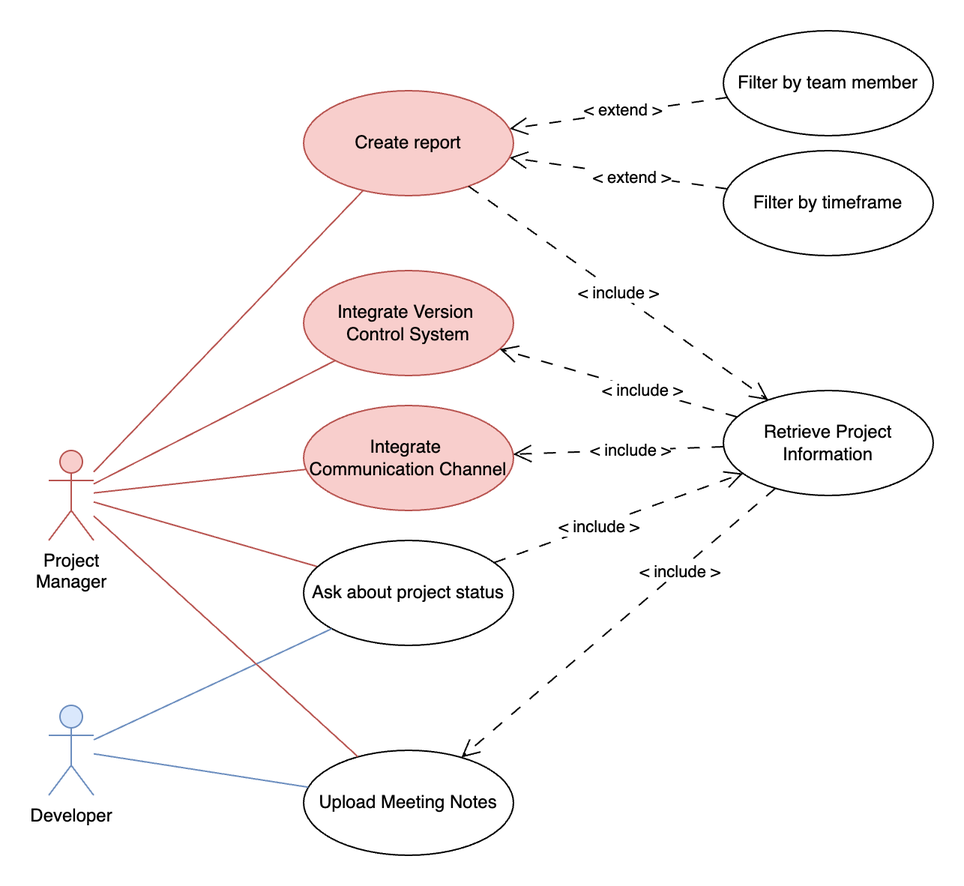
Above: docs/usecase.drawio.png in AET-DevOps25/team-scrumbags (draw.io), before the change. Source tidied: cells renumbered, new cells last; positions are measured from the earlier drawing's top-left corner, leaving out a move shared by most shapes.
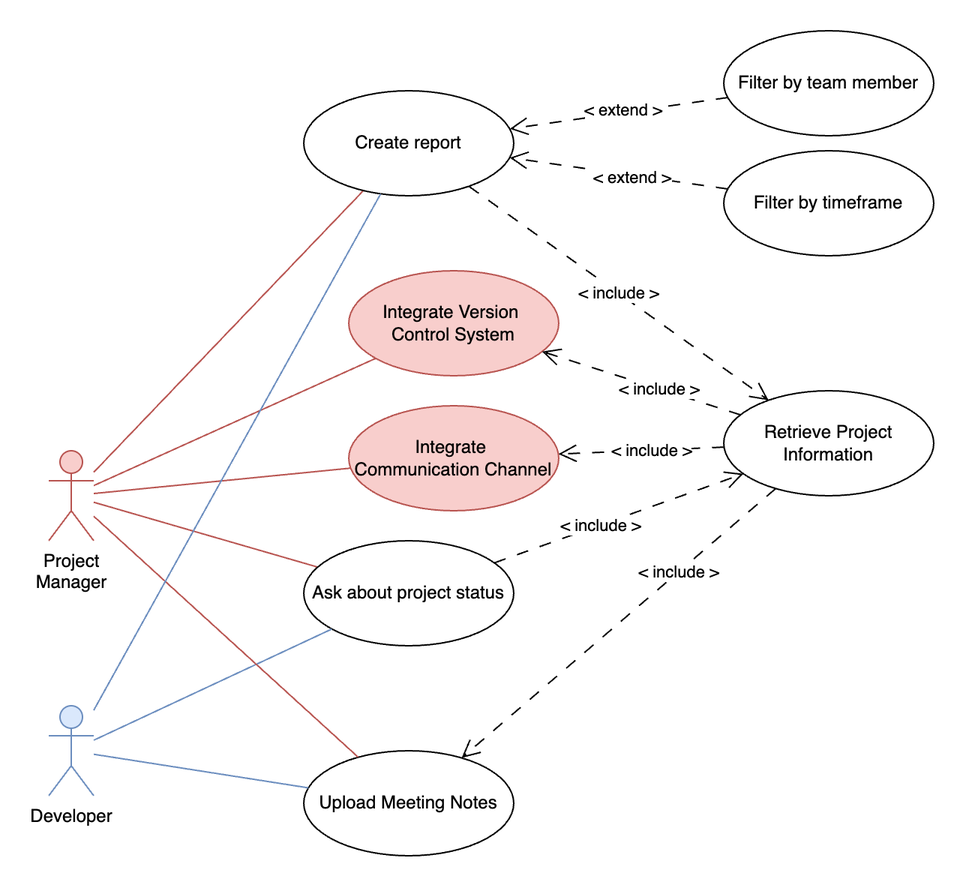
The same file after the commit.

Commit message:
update use case to let developers also generate reports

What changed in the source:
```diff
@@ -33,7 +33,7 @@
     <mxCell id="10" value="&amp;lt; include &amp;gt;" style="edgeLabel;html=1;align=center;verticalAlign=middle;" parent="9" vertex="1">
       <mxGeometry x="-0.11" relative="1" as="geometry" />
     </mxCell>
-    <mxCell id="11" value="Create report" style="ellipse;whiteSpace=wrap;html=1;fillColor=#f8cecc;strokeColor=#b85450;" parent="1" vertex="1">
+    <mxCell id="11" value="Create report" style="ellipse;whiteSpace=wrap;html=1;" parent="1" vertex="1">
       <mxGeometry x="170" y="40" width="140" height="70" as="geometry" />
     </mxCell>
     <mxCell id="12" style="rounded=0;jettySize=auto;html=1;endArrow=open;endFill=0;endSize=10;dashed=1;dashPattern=8 8;" parent="1" edge="1" source="14" target="24">
@@ -52,10 +52,10 @@
       <mxGeometry y="450" width="30" height="60" as="geometry" />
     </mxCell>
     <mxCell id="17" value="Integrate&amp;nbsp;&lt;div&gt;Communication Channel&lt;/div&gt;" style="ellipse;whiteSpace=wrap;html=1;fillColor=#f8cecc;strokeColor=#b85450;" parent="1" vertex="1">
-      <mxGeometry x="170" y="250" width="140" height="70" as="geometry" />
+      <mxGeometry x="200" y="250" width="140" height="70" as="geometry" />
     </mxCell>
     <mxCell id="18" value="Integrate Version&amp;nbsp;&lt;div&gt;Control System&lt;/div&gt;" style="ellipse;whiteSpace=wrap;html=1;fillColor=#f8cecc;strokeColor=#b85450;" parent="1" vertex="1">
-      <mxGeometry x="170" y="160" width="140" height="70" as="geometry" />
+      <mxGeometry x="200" y="160" width="140" height="70" as="geometry" />
     </mxCell>
     <mxCell id="19" value="Filter by timeframe" style="ellipse;whiteSpace=wrap;html=1;" parent="1" vertex="1">
       <mxGeometry x="450" y="80" width="140" height="70" as="geometry" />
@@ -100,5 +100,8 @@
     <mxCell id="31" style="rounded=0;jettySize=auto;html=1;endArrow=none;startFill=0;fillColor=#dae8fc;strokeColor=#6c8ebf;" parent="1" edge="1" source="16" target="25">
       <mxGeometry relative="1" as="geometry" />
     </mxCell>
+    <mxCell id="32" style="rounded=0;jettySize=auto;html=1;endArrow=none;startFill=0;fillColor=#dae8fc;strokeColor=#6c8ebf;" parent="1" edge="1" source="16" target="11">
+      <mxGeometry relative="1" as="geometry" />
+    </mxCell>
   </root>
 </mxGraphModel>
```
